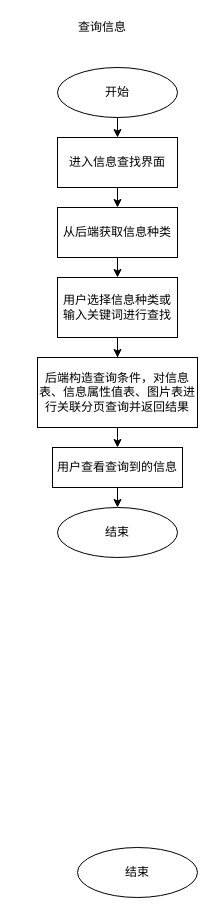
zzsbz/infodeli_drawio keeps this draw.io diagram as page "信息模块" (4 of 11) of 校园信息发布平台流程图.drawio. Above is the earlier version. Source tidied: cells renumbered, new cells numbered last; positions are measured from the earlier drawing's top-left corner, leaving out a move shared by most shapes. Both pictures are drawn from the tidied source at 100%, with x=0, y=0 at pixel (17, 17).
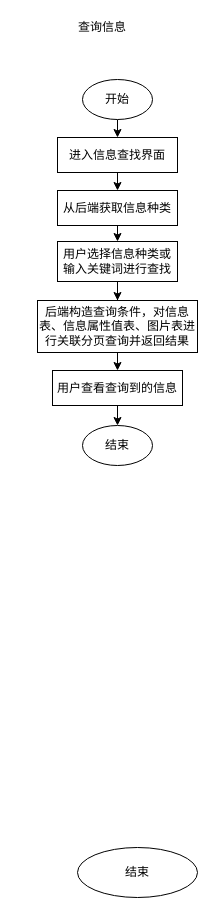
Above is the later version.

What changed in the source:
```diff
@@
 <mxGraphModel>
   <root>
     <mxCell id="0" />
     <mxCell id="1" parent="0" />
     <mxCell id="2" value="查询信息" style="text;html=1;strokeColor=none;fillColor=none;align=center;verticalAlign=middle;whiteSpace=wrap;rounded=0;" parent="1" vertex="1">
       <mxGeometry width="170" height="20" as="geometry" />
     </mxCell>
     <mxCell id="3" style="edgeStyle=orthogonalEdgeStyle;rounded=0;jettySize=auto;html=1;exitX=0.5;exitY=1;exitDx=0;exitDy=0;entryX=0.5;entryY=0;entryDx=0;entryDy=0;" parent="1" edge="1" source="4" target="7">
       <mxGeometry relative="1" as="geometry" />
     </mxCell>
     <mxCell id="4" value="开始" style="ellipse;whiteSpace=wrap;html=1;" parent="1" vertex="1">
-      <mxGeometry x="40" y="50" width="120" height="50" as="geometry" />
+      <mxGeometry x="65" y="62" width="70" height="40" as="geometry" />
     </mxCell>
     <mxCell id="5" value="结束" style="ellipse;whiteSpace=wrap;html=1;" parent="1" vertex="1">
       <mxGeometry x="60" y="830" width="120" height="50" as="geometry" />
     </mxCell>
     <mxCell id="6" style="edgeStyle=orthogonalEdgeStyle;rounded=0;jettySize=auto;html=1;exitX=0.5;exitY=1;exitDx=0;exitDy=0;entryX=0.5;entryY=0;entryDx=0;entryDy=0;" parent="1" edge="1" source="7" target="10">
       <mxGeometry relative="1" as="geometry" />
     </mxCell>
     <mxCell id="7" value="进入信息查找界面" style="rounded=0;whiteSpace=wrap;html=1;" parent="1" vertex="1">
-      <mxGeometry x="40" y="120" width="120" height="50" as="geometry" />
+      <mxGeometry x="40" y="120" width="120" height="35" as="geometry" />
     </mxCell>
     <mxCell id="8" style="edgeStyle=orthogonalEdgeStyle;rounded=0;orthogonalLoop=1;jettySize=auto;html=1;exitX=0.5;exitY=1;exitDx=0;exitDy=0;" parent="1" edge="1" source="7" target="7">
       <mxGeometry relative="1" as="geometry" />
     </mxCell>
     <mxCell id="9" style="edgeStyle=orthogonalEdgeStyle;rounded=0;jettySize=auto;html=1;exitX=0.5;exitY=1;exitDx=0;exitDy=0;entryX=0.5;entryY=0;entryDx=0;entryDy=0;" parent="1" edge="1" source="10" target="12">
       <mxGeometry relative="1" as="geometry" />
     </mxCell>
     <mxCell id="10" value="从后端获取信息种类" style="rounded=0;whiteSpace=wrap;html=1;" parent="1" vertex="1">
-      <mxGeometry x="40" y="190" width="120" height="50" as="geometry" />
+      <mxGeometry x="40" y="173" width="120" height="35" as="geometry" />
     </mxCell>
     <mxCell id="11" style="edgeStyle=orthogonalEdgeStyle;rounded=0;jettySize=auto;html=1;" parent="1" edge="1" source="12" target="14">
       <mxGeometry relative="1" as="geometry" />
     </mxCell>
     <mxCell id="12" value="用户选择信息种类或输入关键词进行查找" style="rounded=0;whiteSpace=wrap;html=1;" parent="1" vertex="1">
-      <mxGeometry x="40" y="260" width="120" height="60" as="geometry" />
+      <mxGeometry x="40" y="224" width="120" height="40" as="geometry" />
     </mxCell>
-    <mxCell id="13" style="edgeStyle=orthogonalEdgeStyle;rounded=0;jettySize=auto;html=1;exitX=0.5;exitY=1;exitDx=0;exitDy=0;entryX=0.5;entryY=0;entryDx=0;entryDy=0;" parent="1" edge="1" source="14" target="16">
-      <mxGeometry relative="1" as="geometry">
-        <Array as="points">
-          <mxPoint x="100" y="420" />
-          <mxPoint x="100" y="420" />
-        </Array>
-      </mxGeometry>
+    <mxCell id="13" style="edgeStyle=orthogonalEdgeStyle;rounded=0;jettySize=auto;html=1;exitX=0.5;exitY=1;exitDx=0;exitDy=0;entryX=0.5;entryY=0;entryDx=0;entryDy=0;endArrow=classic;endFill=1;" parent="1" edge="1" source="14" target="16">
+      <mxGeometry relative="1" as="geometry" />
     </mxCell>
     <mxCell id="14" value="后端构造查询条件，对信息表、信息属性值表、图片表进行关联分页查询并返回结果" style="rounded=0;whiteSpace=wrap;html=1;" parent="1" vertex="1">
-      <mxGeometry x="20" y="340" width="160" height="70" as="geometry" />
+      <mxGeometry x="20" y="283" width="160" height="52" as="geometry" />
     </mxCell>
     <mxCell id="15" style="edgeStyle=orthogonalEdgeStyle;rounded=0;jettySize=auto;html=1;exitX=0.5;exitY=1;exitDx=0;exitDy=0;entryX=0.5;entryY=0;entryDx=0;entryDy=0;" parent="1" edge="1" source="16" target="17">
       <mxGeometry relative="1" as="geometry" />
     </mxCell>
     <mxCell id="16" value="用户查看查询到的信息" style="rounded=0;whiteSpace=wrap;html=1;" parent="1" vertex="1">
-      <mxGeometry x="35" y="430" width="130" height="40" as="geometry" />
+      <mxGeometry x="35" y="353" width="130" height="35" as="geometry" />
     </mxCell>
     <mxCell id="17" value="结束" style="ellipse;whiteSpace=wrap;html=1;" parent="1" vertex="1">
-      <mxGeometry x="40" y="490" width="120" height="50" as="geometry" />
+      <mxGeometry x="65" y="408" width="70" height="40" as="geometry" />
     </mxCell>
   </root>
 </mxGraphModel>
```
